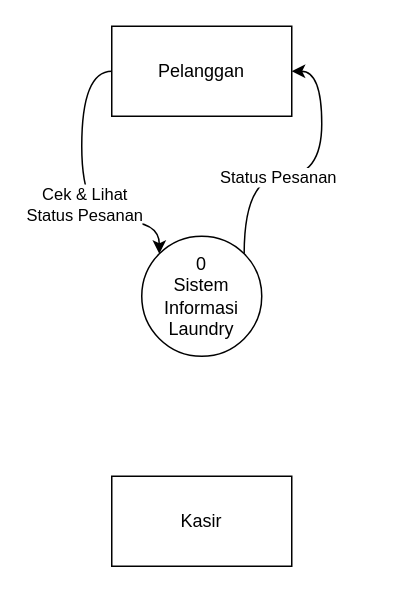
Earlier version of the draw.io diagram DFD0.drawio (xnoname2003/flowchart). Source tidied: cells renumbered, new cells numbered last; positions are measured from the earlier drawing's top-left corner, leaving out a move shared by most shapes. Both pictures are drawn from the tidied source at 150%, with x=0, y=0 at pixel (81, 26).
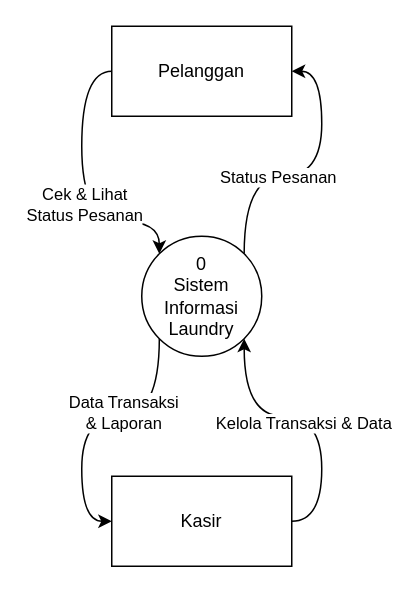
Above is the later version.

Change to the diagram source:
```diff
@@
 <mxGraphModel>
   <root>
     <mxCell id="0" />
     <mxCell id="1" parent="0" />
     <mxCell id="2" style="edgeStyle=orthogonalEdgeStyle;rounded=0;jettySize=auto;html=1;exitX=0;exitY=0.5;exitDx=0;exitDy=0;entryX=0;entryY=0;entryDx=0;entryDy=0;curved=1;" parent="1" edge="1" source="4" target="8">
       <mxGeometry relative="1" as="geometry">
         <Array as="points">
           <mxPoint y="30" />
           <mxPoint y="130" />
           <mxPoint x="52" y="130" />
         </Array>
       </mxGeometry>
     </mxCell>
     <mxCell id="3" value="Cek &amp;amp; Lihat&lt;br&gt;Status Pesanan" style="edgeLabel;html=1;align=center;verticalAlign=middle;" parent="2" vertex="1">
       <mxGeometry x="0.12" y="1" relative="1" as="geometry" />
     </mxCell>
     <mxCell id="4" value="Pelanggan" style="rounded=0;whiteSpace=wrap;html=1;" parent="1" vertex="1">
       <mxGeometry x="20" width="120" height="60" as="geometry" />
     </mxCell>
+    <mxCell id="9" style="edgeStyle=orthogonalEdgeStyle;shape=connector;curved=1;rounded=0;jettySize=auto;html=1;exitX=1;exitY=0.5;exitDx=0;exitDy=0;entryX=1;entryY=1;entryDx=0;entryDy=0;strokeColor=default;align=center;verticalAlign=middle;fontFamily=Helvetica;fontSize=11;fontColor=default;labelBackgroundColor=default;endArrow=classic;" parent="1" edge="1" source="5" target="8">
+      <mxGeometry relative="1" as="geometry" />
+    </mxCell>
+    <mxCell id="10" value="Kelola Transaksi &amp;amp; Data" style="edgeLabel;html=1;align=center;verticalAlign=middle;fontFamily=Helvetica;fontSize=11;fontColor=default;labelBackgroundColor=default;" parent="9" vertex="1">
+      <mxGeometry x="0.07" y="4" relative="1" as="geometry" />
+    </mxCell>
     <mxCell id="5" value="Kasir" style="rounded=0;whiteSpace=wrap;html=1;" parent="1" vertex="1">
       <mxGeometry x="20" y="300" width="120" height="60" as="geometry" />
     </mxCell>
     <mxCell id="6" style="edgeStyle=orthogonalEdgeStyle;rounded=0;jettySize=auto;html=1;exitX=1;exitY=0;exitDx=0;exitDy=0;entryX=1;entryY=0.5;entryDx=0;entryDy=0;curved=1;" parent="1" edge="1" source="8" target="4">
       <mxGeometry relative="1" as="geometry" />
     </mxCell>
     <mxCell id="7" value="Status Pesanan" style="edgeLabel;html=1;align=center;verticalAlign=middle;fontFamily=Helvetica;fontSize=11;fontColor=default;labelBackgroundColor=default;" parent="6" vertex="1">
       <mxGeometry x="-0.23" relative="1" as="geometry" />
     </mxCell>
+    <mxCell id="11" style="edgeStyle=orthogonalEdgeStyle;shape=connector;curved=1;rounded=0;jettySize=auto;html=1;exitX=0;exitY=1;exitDx=0;exitDy=0;entryX=0;entryY=0.5;entryDx=0;entryDy=0;strokeColor=default;align=center;verticalAlign=middle;fontFamily=Helvetica;fontSize=11;fontColor=default;labelBackgroundColor=default;endArrow=classic;" parent="1" edge="1" source="8" target="5">
+      <mxGeometry relative="1" as="geometry" />
+    </mxCell>
+    <mxCell id="12" value="Data Transaksi&lt;br&gt;&amp;amp; Laporan" style="edgeLabel;html=1;align=center;verticalAlign=middle;fontFamily=Helvetica;fontSize=11;fontColor=default;labelBackgroundColor=default;" parent="11" vertex="1">
+      <mxGeometry x="-0.21" y="-3" relative="1" as="geometry" />
+    </mxCell>
     <mxCell id="8" value="0&lt;br&gt;Sistem Informasi Laundry" style="ellipse;whiteSpace=wrap;html=1;" parent="1" vertex="1">
       <mxGeometry x="40" y="140" width="80" height="80" as="geometry" />
     </mxCell>
   </root>
 </mxGraphModel>
```
